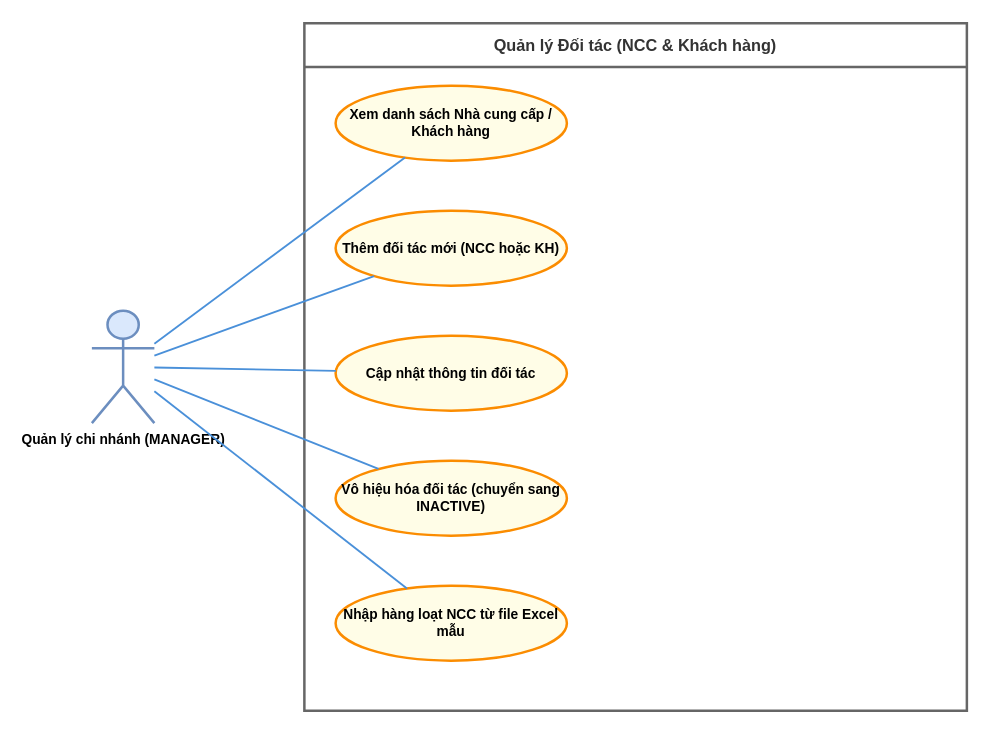
Earlier version of the draw.io diagram UseCase/MANAGER/10_quan_ly_doi_tac.drawio (Nghiatv2006/KhoHang). Source tidied: cells renumbered, new cells numbered last; positions are measured from the earlier drawing's top-left corner, leaving out a move shared by most shapes. Both pictures are drawn from the tidied source at 125%, with x=0, y=0 at pixel (91, 22).
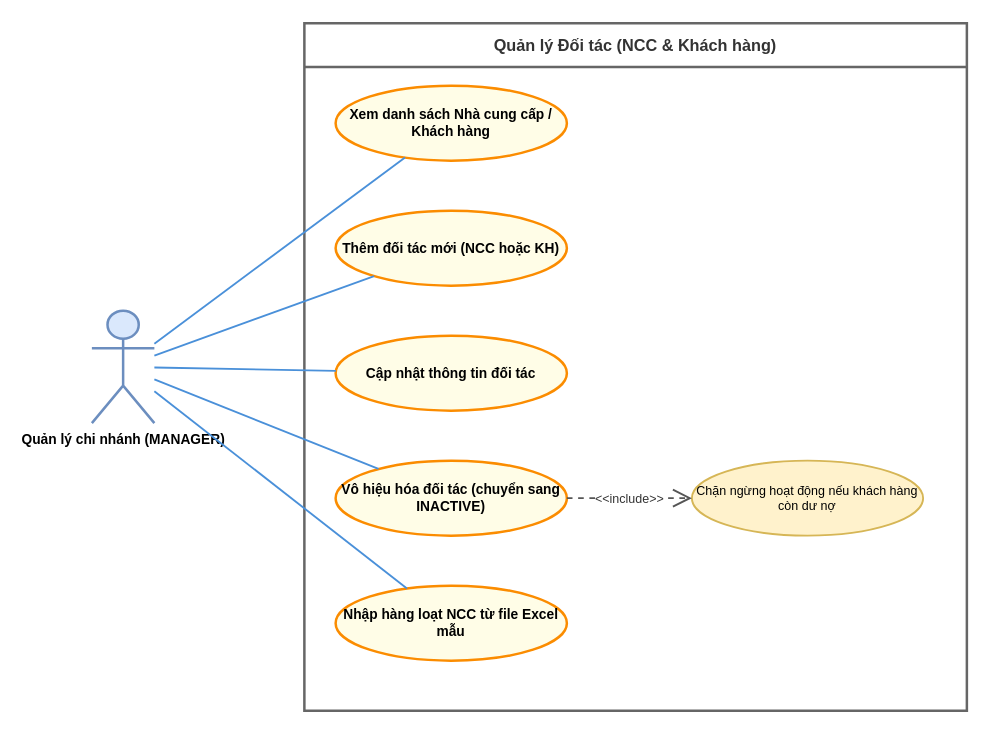
The same diagram, later.

What changed in the source:
```diff
@@
 <mxGraphModel>
   <root>
     <mxCell id="0" />
     <mxCell id="1" parent="0" />
     <mxCell id="2" value="Quản lý Đối tác (NCC &amp; Khách hàng)" style="swimlane;startSize=35;whiteSpace=wrap;html=1;fontStyle=1;fontSize=13;                    fillColor=#f5f5f5;strokeColor=#666666;strokeWidth=2;fontColor=#333333;align=center;" parent="1" vertex="1">
       <mxGeometry x="170" width="530" height="550" as="geometry" />
     </mxCell>
+    <mxCell id="14" value="Chặn ngừng hoạt động nếu khách hàng còn dư nợ" style="ellipse;whiteSpace=wrap;html=1;fillColor=#fff2cc;strokeColor=#d6b656;strokeWidth=1.5;fontSize=10;align=center;" parent="2" vertex="1">
+      <mxGeometry x="310" y="350" width="185" height="60" as="geometry" />
+    </mxCell>
     <mxCell id="3" value="Quản lý chi nhánh (MANAGER)" style="shape=umlActor;verticalLabelPosition=bottom;verticalAlign=top;html=1;                    outlineConnect=0;fillColor=#dae8fc;strokeColor=#6c8ebf;strokeWidth=2;                    fontColor=#1a1a1a;fontStyle=1;fontSize=11;" parent="1" vertex="1">
       <mxGeometry y="230" width="50" height="90" as="geometry" />
     </mxCell>
     <mxCell id="4" value="Xem danh sách Nhà cung cấp / Khách hàng" style="ellipse;whiteSpace=wrap;html=1;fillColor=#fffde7;strokeColor=#fb8c00;strokeWidth=2;fontStyle=1;fontSize=11;align=center;" parent="1" vertex="1">
       <mxGeometry x="195" y="50" width="185" height="60" as="geometry" />
     </mxCell>
     <mxCell id="5" value="Thêm đối tác mới (NCC hoặc KH)" style="ellipse;whiteSpace=wrap;html=1;fillColor=#fffde7;strokeColor=#fb8c00;strokeWidth=2;fontStyle=1;fontSize=11;align=center;" parent="1" vertex="1">
       <mxGeometry x="195" y="150" width="185" height="60" as="geometry" />
     </mxCell>
     <mxCell id="6" value="Cập nhật thông tin đối tác" style="ellipse;whiteSpace=wrap;html=1;fillColor=#fffde7;strokeColor=#fb8c00;strokeWidth=2;fontStyle=1;fontSize=11;align=center;" parent="1" vertex="1">
       <mxGeometry x="195" y="250" width="185" height="60" as="geometry" />
     </mxCell>
     <mxCell id="7" value="Vô hiệu hóa đối tác (chuyển sang INACTIVE)" style="ellipse;whiteSpace=wrap;html=1;fillColor=#fffde7;strokeColor=#fb8c00;strokeWidth=2;fontStyle=1;fontSize=11;align=center;" parent="1" vertex="1">
       <mxGeometry x="195" y="350" width="185" height="60" as="geometry" />
     </mxCell>
     <mxCell id="8" value="Nhập hàng loạt NCC từ file Excel mẫu" style="ellipse;whiteSpace=wrap;html=1;fillColor=#fffde7;strokeColor=#fb8c00;strokeWidth=2;fontStyle=1;fontSize=11;align=center;" parent="1" vertex="1">
       <mxGeometry x="195" y="450" width="185" height="60" as="geometry" />
     </mxCell>
     <mxCell id="9" style="endArrow=none;html=1;rounded=0;strokeColor=#4a90d9;strokeWidth=1.5;" parent="1" edge="1" source="3" target="4">
       <mxGeometry relative="1" as="geometry" />
     </mxCell>
     <mxCell id="10" style="endArrow=none;html=1;rounded=0;strokeColor=#4a90d9;strokeWidth=1.5;" parent="1" edge="1" source="3" target="5">
       <mxGeometry relative="1" as="geometry" />
     </mxCell>
     <mxCell id="11" style="endArrow=none;html=1;rounded=0;strokeColor=#4a90d9;strokeWidth=1.5;" parent="1" edge="1" source="3" target="6">
       <mxGeometry relative="1" as="geometry" />
     </mxCell>
     <mxCell id="12" style="endArrow=none;html=1;rounded=0;strokeColor=#4a90d9;strokeWidth=1.5;" parent="1" edge="1" source="3" target="7">
       <mxGeometry relative="1" as="geometry" />
     </mxCell>
     <mxCell id="13" style="endArrow=none;html=1;rounded=0;strokeColor=#4a90d9;strokeWidth=1.5;" parent="1" edge="1" source="3" target="8">
       <mxGeometry relative="1" as="geometry" />
     </mxCell>
+    <mxCell id="15" value="&amp;lt;&amp;lt;include&amp;gt;&amp;gt;" style="endArrow=open;endSize=12;dashed=1;html=1;rounded=0;strokeColor=#555555;strokeWidth=1.5;labelBackgroundColor=#ffffff;fontColor=#333333;fontSize=10;align=center;" parent="1" edge="1" source="7" target="14">
+      <mxGeometry relative="1" as="geometry" />
+    </mxCell>
   </root>
 </mxGraphModel>
```
